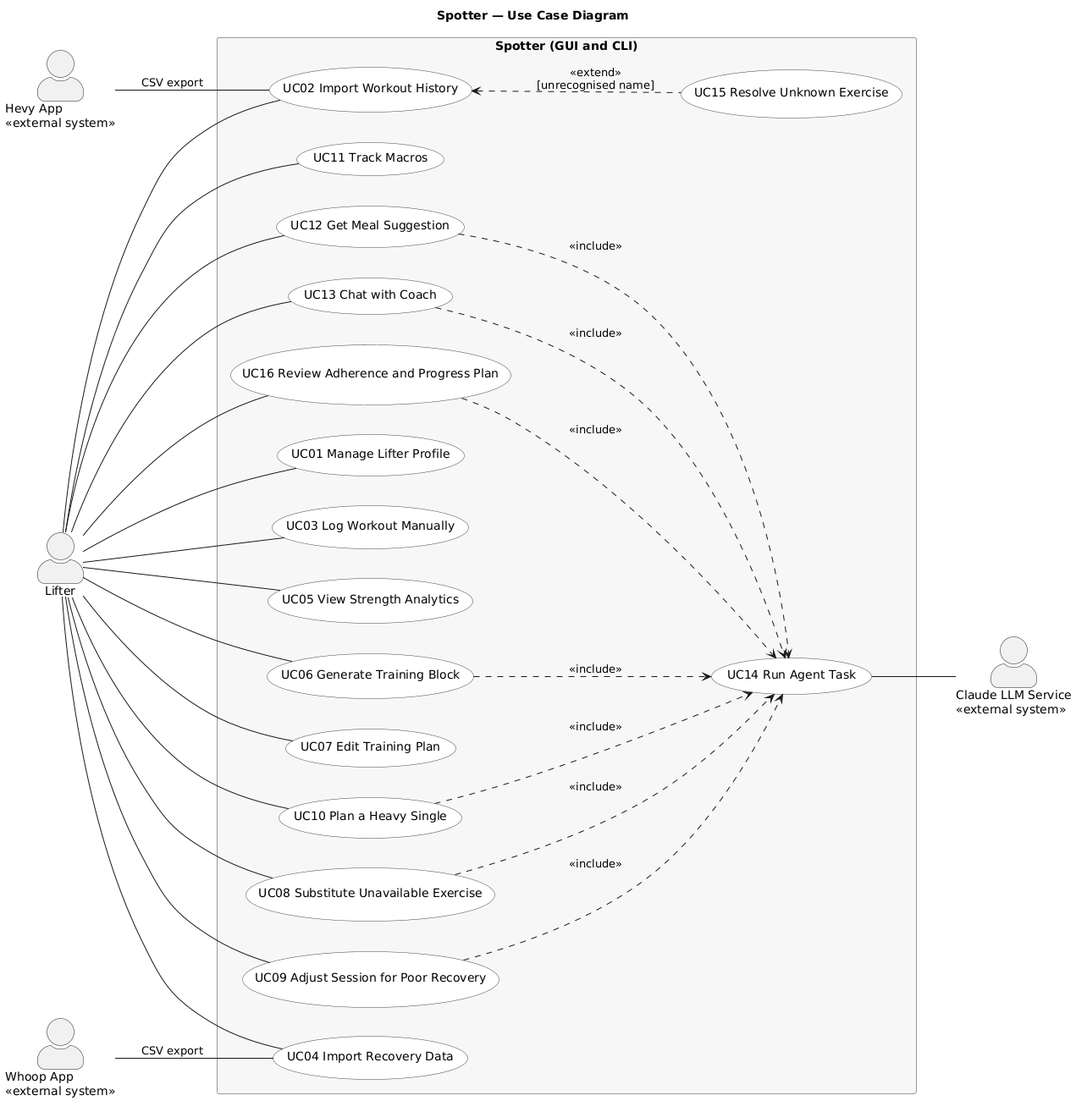
The PlantUML diagram diagrams/usecase/usecase.png in devparikh28/EECS-3311-Project--Spotter, before a commit.
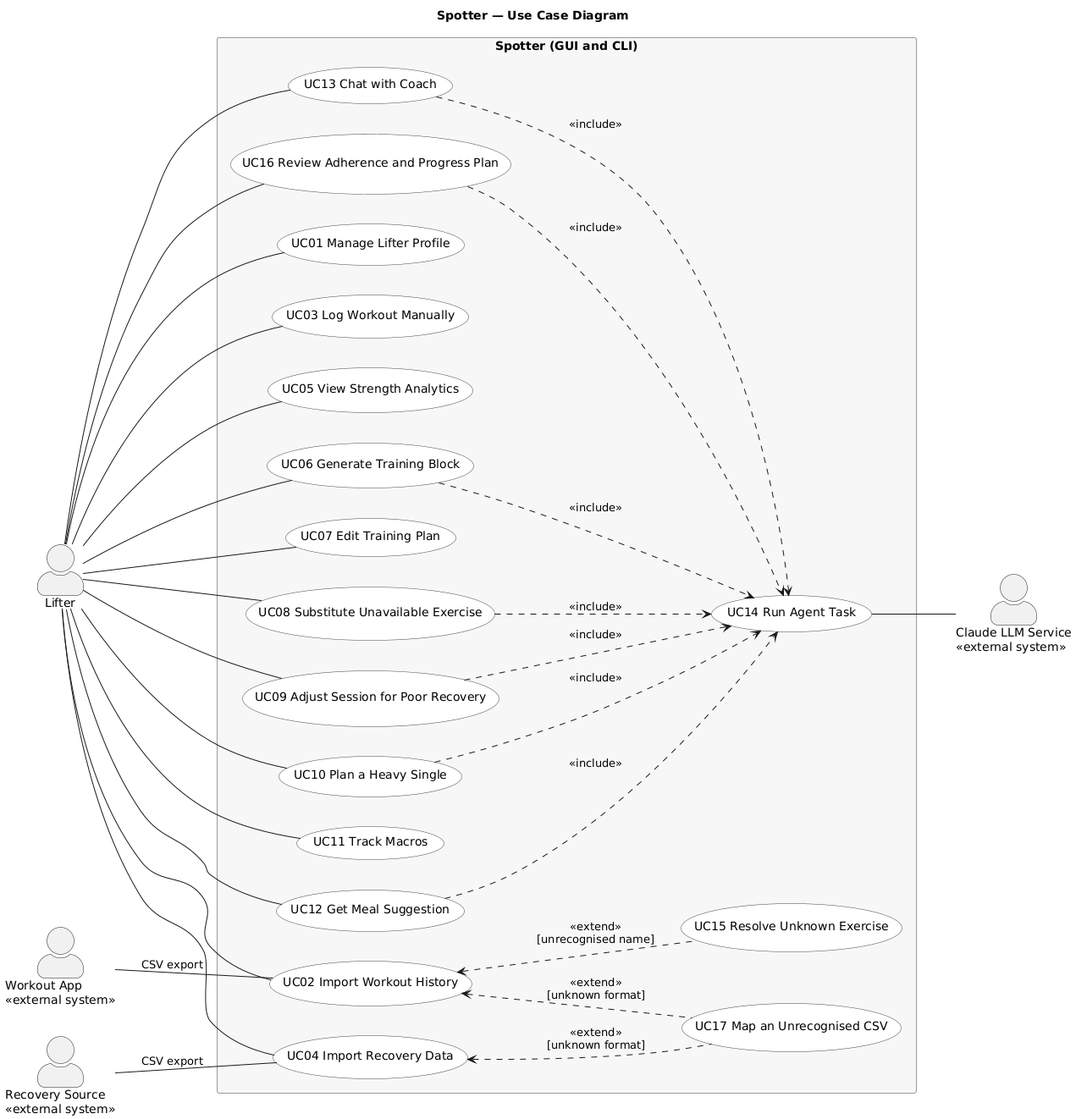
Later version of the same file.

The edit, as a diff of the source:
```diff
@@ -14,8 +14,8 @@
 skinparam actorStyle awesome
 
 actor "Lifter" as Lifter
-actor "Hevy App\n<<external system>>" as Hevy
-actor "Whoop App\n<<external system>>" as Whoop
+actor "Workout App\n<<external system>>" as Hevy
+actor "Recovery Source\n<<external system>>" as Whoop
 actor "Claude LLM Service\n<<external system>>" as Claude
 
 rectangle "Spotter (GUI and CLI)" {
@@ -35,6 +35,7 @@
   usecase "UC16 Review Adherence and Progress Plan" as UC16
   usecase "UC14 Run Agent Task" as UC14
   usecase "UC15 Resolve Unknown Exercise" as UC15
+  usecase "UC17 Map an Unrecognised CSV" as UC17
 }
 
 Lifter -- UC01
@@ -64,4 +65,6 @@
 UC13 ..> UC14 : <<include>>
 UC16 ..> UC14 : <<include>>
 UC02 <.. UC15 : <<extend>>\n[unrecognised name]
+UC02 <.. UC17 : <<extend>>\n[unknown format]
+UC04 <.. UC17 : <<extend>>\n[unknown format]
 @enduml
```
